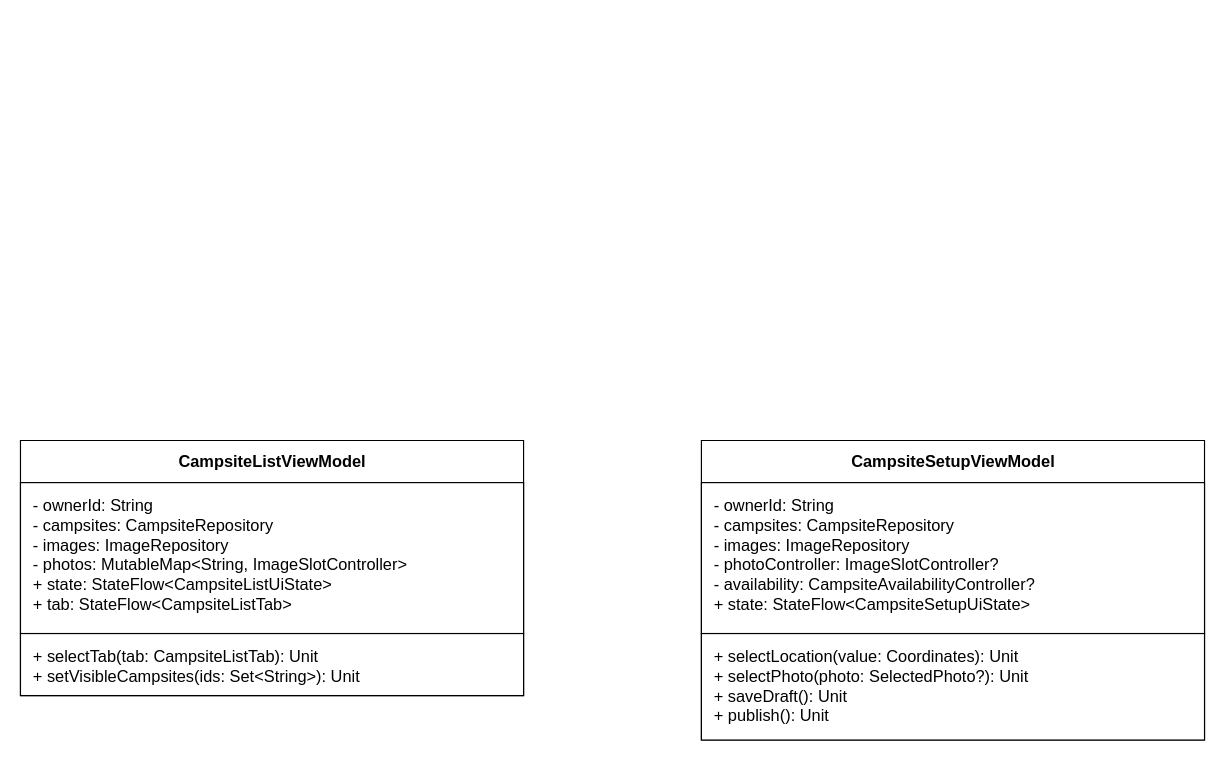
Before: page "U2B" (2 of 2) of doc/UML.drawio in CMPUT301F26stderr/stderr-campsbridge, a draw.io diagram. Source tidied: cells renumbered, new cells numbered last; positions are measured from the earlier drawing's top-left corner, leaving out a move shared by most shapes. Both pictures are drawn from the tidied source at 117%, with x=0, y=0 at pixel (20, 440).
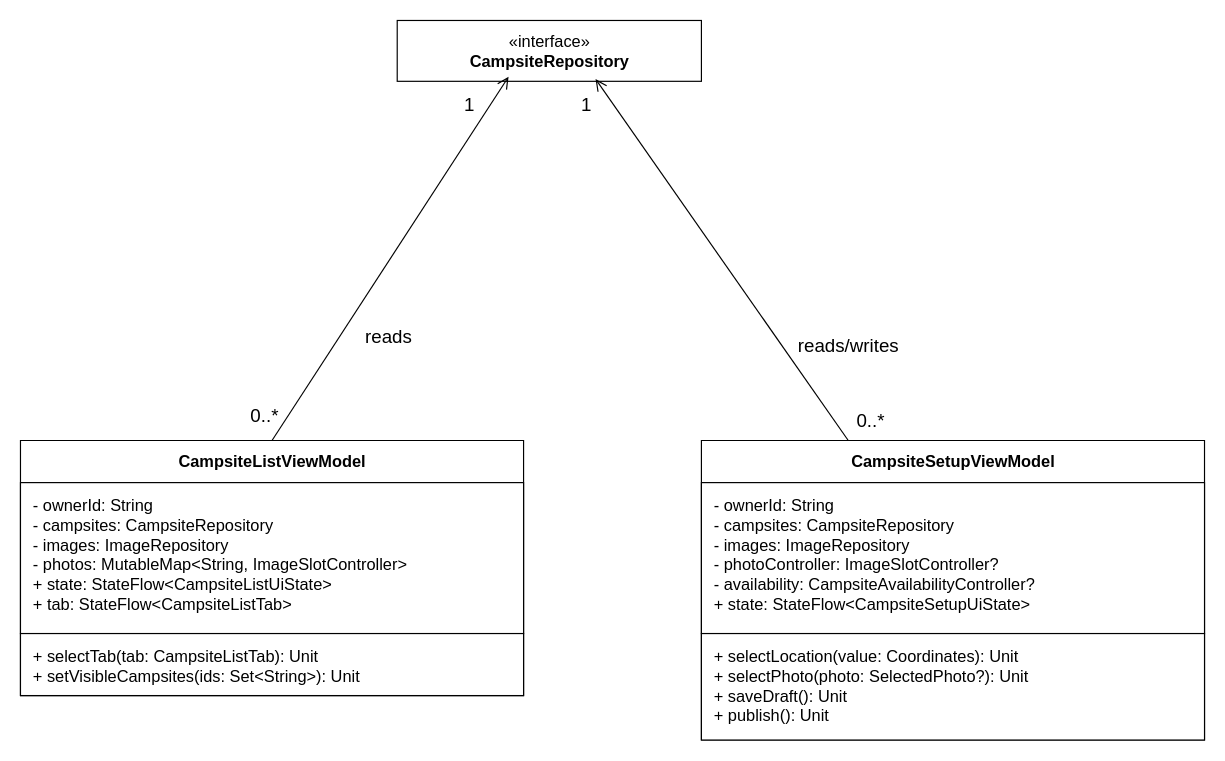
The same page after the edit.

Diff of the diagram source:
```diff
@@
 <mxGraphModel>
   <root>
     <mxCell id="0" />
     <mxCell id="1" parent="0" />
     <mxCell id="2" value="&lt;b&gt;CampsiteListViewModel&lt;/b&gt;" style="html=1;rounded=0;fontFamily=Arial;fontSize=14;fontColor=#000000;strokeWidth=1;fillColor=#ffffff;strokeColor=#000000;shape=swimlane;startSize=36;swimlaneFillColor=#ffffff;" parent="1" vertex="1">
       <mxGeometry width="430" height="218" as="geometry" />
     </mxCell>
     <mxCell id="3" value="- ownerId: String&lt;br&gt;- campsites: CampsiteRepository&lt;br&gt;- images: ImageRepository&lt;br&gt;- photos: MutableMap&amp;lt;String, ImageSlotController&amp;gt;&lt;br&gt;+ state: StateFlow&amp;lt;CampsiteListUiState&amp;gt;&lt;br&gt;+ tab: StateFlow&amp;lt;CampsiteListTab&amp;gt;" style="html=1;rounded=0;fontFamily=Arial;fontSize=14;fontColor=#000000;strokeWidth=1;fillColor=#ffffff;strokeColor=#000000;align=left;verticalAlign=top;spacingLeft=9;spacingTop=5;" parent="2" vertex="1">
       <mxGeometry y="36" width="430" height="129" as="geometry" />
     </mxCell>
     <mxCell id="4" value="+ selectTab(tab: CampsiteListTab): Unit&lt;br&gt;+ setVisibleCampsites(ids: Set&amp;lt;String&amp;gt;): Unit" style="html=1;rounded=0;fontFamily=Arial;fontSize=14;fontColor=#000000;strokeWidth=1;fillColor=#ffffff;strokeColor=#000000;align=left;verticalAlign=top;spacingLeft=9;spacingTop=5;" parent="2" vertex="1">
       <mxGeometry y="165" width="430" height="53" as="geometry" />
     </mxCell>
     <mxCell id="5" value="&lt;b&gt;CampsiteSetupViewModel&lt;/b&gt;" style="html=1;rounded=0;fontFamily=Arial;fontSize=14;fontColor=#000000;strokeWidth=1;fillColor=#ffffff;strokeColor=#000000;shape=swimlane;startSize=36;swimlaneFillColor=#ffffff;" parent="1" vertex="1">
       <mxGeometry x="582" width="430" height="256" as="geometry" />
     </mxCell>
     <mxCell id="6" value="- ownerId: String&lt;br&gt;- campsites: CampsiteRepository&lt;br&gt;- images: ImageRepository&lt;br&gt;- photoController: ImageSlotController?&lt;br&gt;- availability: CampsiteAvailabilityController?&lt;br&gt;+ state: StateFlow&amp;lt;CampsiteSetupUiState&amp;gt;" style="html=1;rounded=0;fontFamily=Arial;fontSize=14;fontColor=#000000;strokeWidth=1;fillColor=#ffffff;strokeColor=#000000;align=left;verticalAlign=top;spacingLeft=9;spacingTop=5;" parent="5" vertex="1">
       <mxGeometry y="36" width="430" height="129" as="geometry" />
     </mxCell>
     <mxCell id="7" value="+ selectLocation(value: Coordinates): Unit&lt;br&gt;+ selectPhoto(photo: SelectedPhoto?): Unit&lt;br&gt;+ saveDraft(): Unit&lt;br&gt;+ publish(): Unit" style="html=1;rounded=0;fontFamily=Arial;fontSize=14;fontColor=#000000;strokeWidth=1;fillColor=#ffffff;strokeColor=#000000;align=left;verticalAlign=top;spacingLeft=9;spacingTop=5;" parent="5" vertex="1">
       <mxGeometry y="165" width="430" height="91" as="geometry" />
     </mxCell>
+    <mxCell id="8" value="&lt;div&gt;«interface»&lt;/div&gt;&lt;b&gt;CampsiteRepository&lt;/b&gt;" style="html=1;rounded=0;fontFamily=Arial;fontSize=14;fontColor=#000000;strokeWidth=1;fillColor=#ffffff;strokeColor=#000000;" parent="1" vertex="1">
+      <mxGeometry x="322" y="-359" width="260" height="52" as="geometry" />
+    </mxCell>
+    <mxCell id="9" style="edgeStyle=none;curved=1;rounded=0;curveGeometry=1;jettySize=auto;html=1;exitX=0.5;exitY=0;exitDx=0;exitDy=0;entryX=0.366;entryY=0.926;entryDx=0;entryDy=0;entryPerimeter=0;fontSize=12;defaultLabelBackgroundColor=page;startSize=8;endSize=8;endArrow=open;endFill=0;" parent="1" edge="1" source="2" target="8">
+      <mxGeometry relative="1" as="geometry" />
+    </mxCell>
+    <mxCell id="10" style="edgeStyle=none;curved=1;rounded=0;curveGeometry=1;jettySize=auto;html=1;entryX=0.652;entryY=0.963;entryDx=0;entryDy=0;entryPerimeter=0;fontSize=12;defaultLabelBackgroundColor=page;startSize=8;endSize=8;endArrow=open;endFill=0;" parent="1" edge="1" source="5" target="8">
+      <mxGeometry relative="1" as="geometry" />
+    </mxCell>
+    <mxCell id="11" value="reads" style="text;html=1;whiteSpace=wrap;strokeColor=none;fillColor=none;align=center;verticalAlign=middle;rounded=0;fontSize=16;" parent="1" vertex="1">
+      <mxGeometry x="285" y="-104" width="60" height="30" as="geometry" />
+    </mxCell>
+    <mxCell id="12" value="reads/writes" style="text;html=1;whiteSpace=wrap;strokeColor=none;fillColor=none;align=center;verticalAlign=middle;rounded=0;fontSize=16;" parent="1" vertex="1">
+      <mxGeometry x="678" y="-96" width="60" height="30" as="geometry" />
+    </mxCell>
+    <mxCell id="13" value="1" style="text;html=1;whiteSpace=wrap;strokeColor=none;fillColor=none;align=center;verticalAlign=middle;rounded=0;fontSize=16;" parent="1" vertex="1">
+      <mxGeometry x="454" y="-302" width="60" height="30" as="geometry" />
+    </mxCell>
+    <mxCell id="14" value="0..*" style="text;html=1;whiteSpace=wrap;strokeColor=none;fillColor=none;align=center;verticalAlign=middle;rounded=0;fontSize=16;" parent="1" vertex="1">
+      <mxGeometry x="697" y="-32" width="60" height="30" as="geometry" />
+    </mxCell>
+    <mxCell id="15" value="0..*" style="text;html=1;whiteSpace=wrap;strokeColor=none;fillColor=none;align=center;verticalAlign=middle;rounded=0;fontSize=16;" parent="1" vertex="1">
+      <mxGeometry x="179" y="-36" width="60" height="30" as="geometry" />
+    </mxCell>
+    <mxCell id="16" value="1" style="text;html=1;whiteSpace=wrap;strokeColor=none;fillColor=none;align=center;verticalAlign=middle;rounded=0;fontSize=16;" parent="1" vertex="1">
+      <mxGeometry x="354" y="-302" width="60" height="30" as="geometry" />
+    </mxCell>
   </root>
 </mxGraphModel>
```
